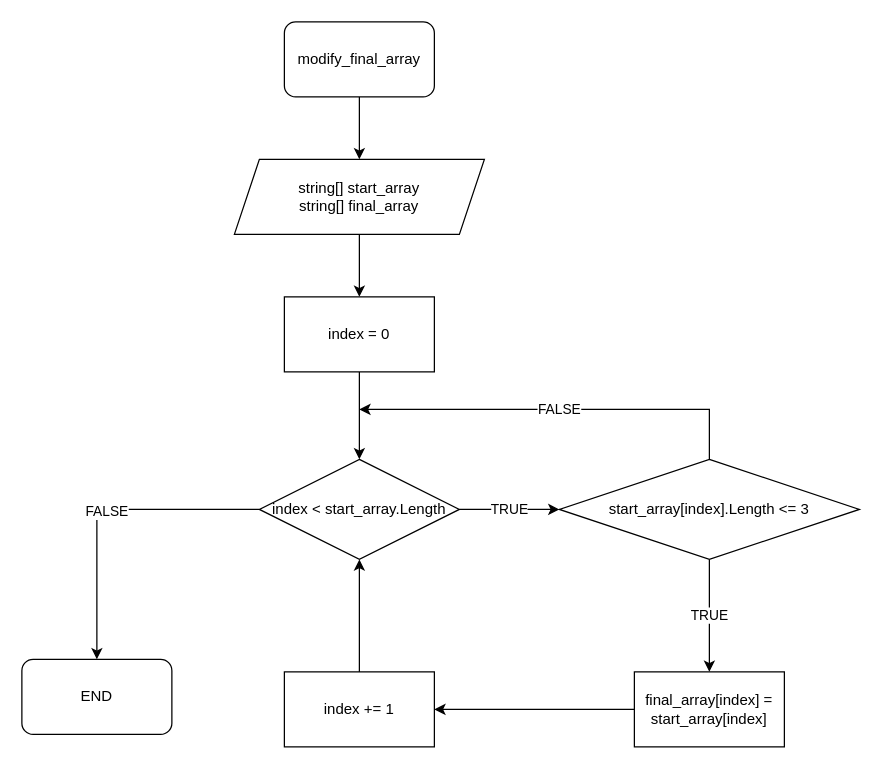
Before: Schema/Schema.drawio in nzzima/Attectation_First_GB, a draw.io diagram. Source tidied: cells renumbered, new cells numbered last; positions are measured from the earlier drawing's top-left corner, leaving out a move shared by most shapes. Both pictures are drawn from the tidied source at 125%, with x=0, y=0 at pixel (21, 21).
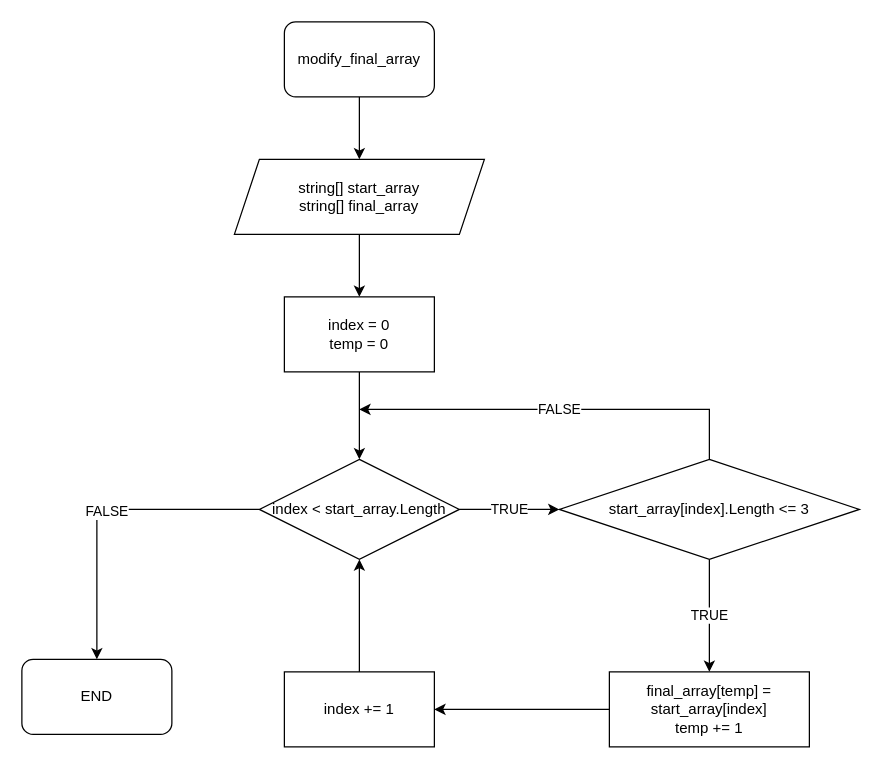
After the change.

Change to the diagram source:
```diff
@@
-    <mxCell id="8" value="index = 0" style="rounded=0;whiteSpace=wrap;html=1;" parent="1" vertex="1">
+    <mxCell id="8" value="index = 0&lt;br&gt;temp = 0" style="rounded=0;whiteSpace=wrap;html=1;" parent="1" vertex="1">
       <mxGeometry x="210" y="220" width="120" height="60" as="geometry" />
     </mxCell>
@@
-    <mxCell id="17" value="final_array[index] = start_array[index]" style="whiteSpace=wrap;html=1;rounded=0;" parent="1" vertex="1">
-      <mxGeometry x="490" y="520" width="120" height="60" as="geometry" />
+    <mxCell id="17" value="final_array[temp] = start_array[index]&lt;br&gt;temp += 1" style="whiteSpace=wrap;html=1;rounded=0;" parent="1" vertex="1">
+      <mxGeometry x="470" y="520" width="160" height="60" as="geometry" />
     </mxCell>
```
